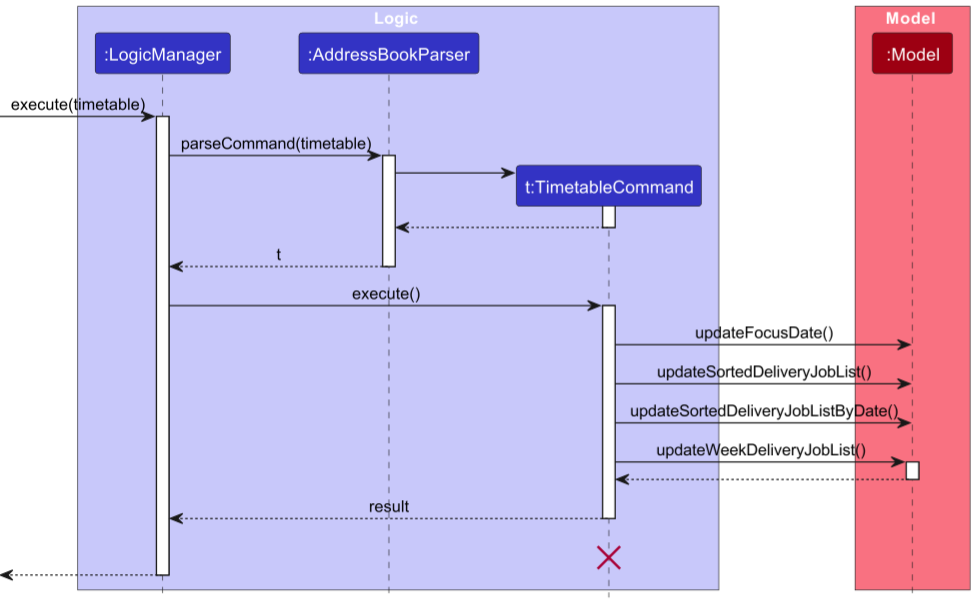
This is docs/images/TimetableDateSequenceDiagram.png from nus-cs2103-AY2223S2/tp, a PlantUML export, as it was before one commit. Its source is kept beside it as docs/diagrams/TimetableDateSequenceDiagram.puml. Its diagram source:
```plantuml
@startuml
!include style.puml

box Logic LOGIC_COLOR_T1
participant ":LogicManager" as LogicManager LOGIC_COLOR
participant ":AddressBookParser" as AddressBookParser LOGIC_COLOR
participant "t:TimetableCommand" as TimetableCommand LOGIC_COLOR
end box

box Model MODEL_COLOR_T1
participant ":Model" as Model MODEL_COLOR
end box
[-> LogicManager : execute(timetable)
activate LogicManager

LogicManager -> AddressBookParser : parseCommand(timetable)
activate AddressBookParser

create TimetableCommand
AddressBookParser -> TimetableCommand
activate TimetableCommand

TimetableCommand --> AddressBookParser
deactivate TimetableCommand

AddressBookParser --> LogicManager : t
deactivate AddressBookParser

LogicManager -> TimetableCommand : execute()
activate TimetableCommand

TimetableCommand -> Model : updateFocusDate()
TimetableCommand -> Model : updateSortedDeliveryJobList()
TimetableCommand -> Model : updateSortedDeliveryJobListByDate()
TimetableCommand -> Model : updateWeekDeliveryJobList()
activate Model

Model --> TimetableCommand
deactivate Model

TimetableCommand --> LogicManager : result
deactivate TimetableCommand
TimetableCommand -[hidden]-> LogicManager : result
destroy TimetableCommand

[<--LogicManager
deactivate LogicManager
@enduml
```
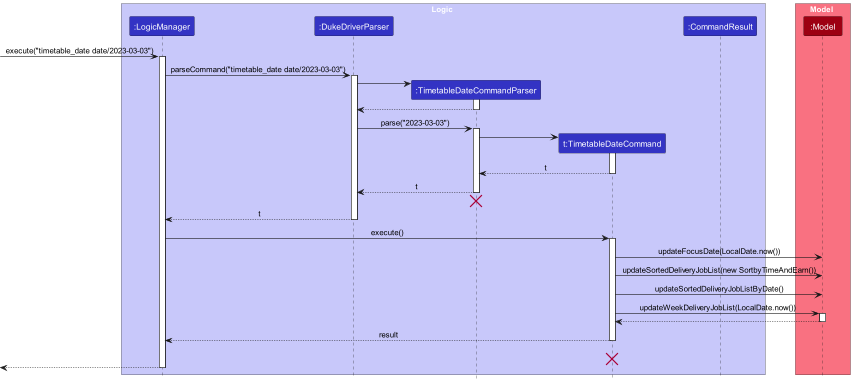
After the change.

The edit, as a diff of the source:
```diff
@@ -3,45 +3,63 @@
 
 box Logic LOGIC_COLOR_T1
 participant ":LogicManager" as LogicManager LOGIC_COLOR
-participant ":AddressBookParser" as AddressBookParser LOGIC_COLOR
-participant "t:TimetableCommand" as TimetableCommand LOGIC_COLOR
+participant ":DukeDriverParser" as DukeDriverParser LOGIC_COLOR
+participant ":TimetableDateCommandParser" as TimetableDateCommandParser LOGIC_COLOR
+participant "t:TimetableDateCommand" as TimetableDateCommand LOGIC_COLOR
+participant ":CommandResult" as CommandResult LOGIC_COLOR
 end box
 
 box Model MODEL_COLOR_T1
 participant ":Model" as Model MODEL_COLOR
 end box
-[-> LogicManager : execute(timetable)
+[-> LogicManager : execute("timetable_date date/2023-03-03")
 activate LogicManager
 
-LogicManager -> AddressBookParser : parseCommand(timetable)
-activate AddressBookParser
+LogicManager -> DukeDriverParser : parseCommand("timetable_date date/2023-03-03")
+activate DukeDriverParser
 
-create TimetableCommand
-AddressBookParser -> TimetableCommand
-activate TimetableCommand
+create TimetableDateCommandParser
+DukeDriverParser -> TimetableDateCommandParser
+activate TimetableDateCommandParser
 
-TimetableCommand --> AddressBookParser
-deactivate TimetableCommand
+TimetableDateCommandParser --> DukeDriverParser
+deactivate TimetableDateCommandParser
 
-AddressBookParser --> LogicManager : t
-deactivate AddressBookParser
+DukeDriverParser -> TimetableDateCommandParser : parse("2023-03-03")
+activate TimetableDateCommandParser
 
-LogicManager -> TimetableCommand : execute()
-activate TimetableCommand
+create TimetableDateCommand
+TimetableDateCommandParser -> TimetableDateCommand
+activate TimetableDateCommand
 
-TimetableCommand -> Model : updateFocusDate()
-TimetableCommand -> Model : updateSortedDeliveryJobList()
-TimetableCommand -> Model : updateSortedDeliveryJobListByDate()
-TimetableCommand -> Model : updateWeekDeliveryJobList()
+TimetableDateCommand --> TimetableDateCommandParser : t
+deactivate TimetableDateCommand
+
+TimetableDateCommandParser --> DukeDriverParser : t
+deactivate TimetableDateCommandParser
+TimetableDateCommandParser -[hidden]-> DukeDriverParser
+destroy TimetableDateCommandParser
+
+DukeDriverParser --> LogicManager : t
+deactivate DukeDriverParser
+
+LogicManager -> TimetableDateCommand : execute()
+
+activate TimetableDateCommand
+
+TimetableDateCommand -> Model : updateFocusDate(LocalDate.now())
+TimetableDateCommand -> Model : updateSortedDeliveryJobList(new SortbyTimeAndEarn())
+TimetableDateCommand -> Model : updateSortedDeliveryJobListByDate()
+TimetableDateCommand -> Model : updateWeekDeliveryJobList(LocalDate.now())
 activate Model
 
-Model --> TimetableCommand
+Model --> TimetableDateCommand
 deactivate Model
 
-TimetableCommand --> LogicManager : result
-deactivate TimetableCommand
-TimetableCommand -[hidden]-> LogicManager : result
-destroy TimetableCommand
+TimetableDateCommand --> LogicManager : result
+deactivate TimetableDateCommand
+TimetableDateCommand -[hidden]-> LogicManager : result
+destroy TimetableDateCommand
 
 [<--LogicManager
 deactivate LogicManager
```
